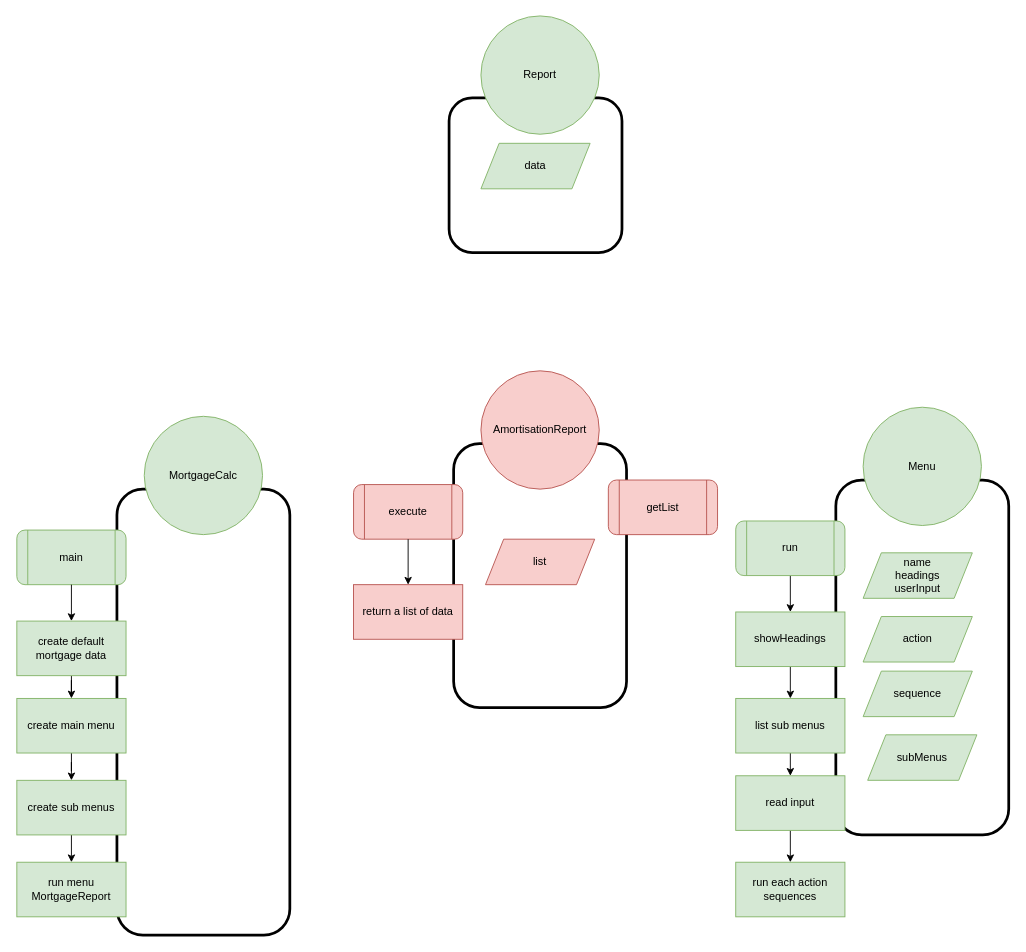
Above: DesignDocs/main_program.drawio in accusard/MortgageCalc (draw.io), before the change. Source tidied: cells renumbered, new cells numbered last; positions are measured from the earlier drawing's top-left corner, leaving out a move shared by most shapes. Both pictures are drawn from the tidied source at 91%, with x=0, y=0 at pixel (16, 15).
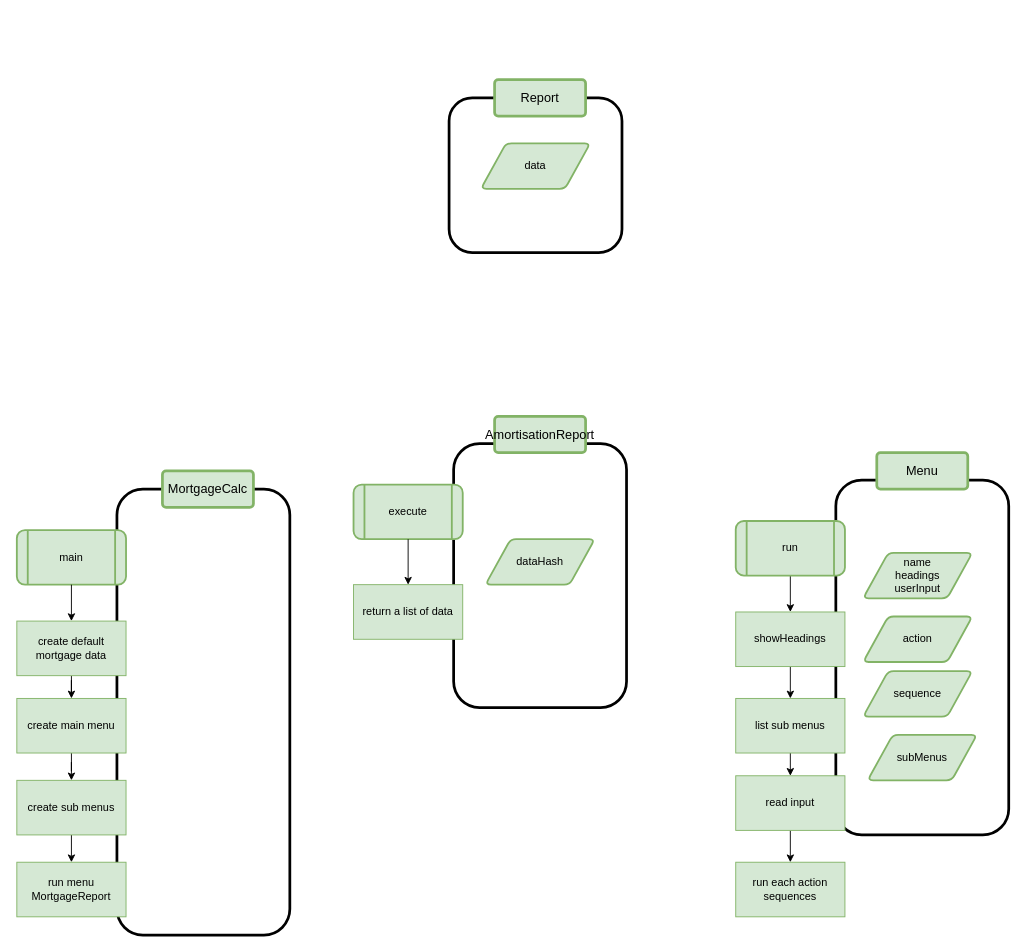
After the change.

Commit message:
update design diagram

Diff of the diagram source:
```diff
@@
-    <mxCell id="5" value="main" style="shape=process;whiteSpace=wrap;html=1;backgroundOutline=1;fillColor=#d5e8d4;strokeColor=#82b366;rounded=1;fontFamily=SF Mono;" parent="1" vertex="1">
+    <mxCell id="5" value="main" style="shape=process;whiteSpace=wrap;html=1;backgroundOutline=1;fillColor=#d5e8d4;strokeColor=#82b366;rounded=1;fontFamily=SF Mono;strokeWidth=2;" parent="1" vertex="1">
       <mxGeometry y="565" width="120" height="60" as="geometry" />
     </mxCell>
@@
-    <mxCell id="7" value="MortgageCalc" style="ellipse;whiteSpace=wrap;html=1;fillColor=#d5e8d4;strokeColor=#82b366;rounded=1;fontFamily=SF Mono;" parent="1" vertex="1">
-      <mxGeometry x="140" y="440" width="130" height="130" as="geometry" />
-    </mxCell>
@@
-    <mxCell id="14" value="run" style="shape=process;whiteSpace=wrap;html=1;backgroundOutline=1;fillColor=#d5e8d4;strokeColor=#82b366;rounded=1;fontFamily=SF Mono;" parent="1" vertex="1">
+    <mxCell id="14" value="run" style="shape=process;whiteSpace=wrap;html=1;backgroundOutline=1;fillColor=#d5e8d4;strokeColor=#82b366;rounded=1;fontFamily=SF Mono;strokeWidth=2;" parent="1" vertex="1">
       <mxGeometry x="790" y="555" width="120" height="60" as="geometry" />
     </mxCell>
-    <mxCell id="15" value="Menu" style="ellipse;whiteSpace=wrap;html=1;fillColor=#d5e8d4;strokeColor=#82b366;rounded=1;fontFamily=SF Mono;" parent="1" vertex="1">
-      <mxGeometry x="930" y="430" width="130" height="130" as="geometry" />
-    </mxCell>
-    <mxCell id="16" value="name&lt;br&gt;headings&lt;br&gt;userInput" style="shape=parallelogram;perimeter=parallelogramPerimeter;whiteSpace=wrap;html=1;fixedSize=1;fillColor=#d5e8d4;strokeColor=#82b366;fontFamily=SF Mono;" parent="1" vertex="1">
+    <mxCell id="16" value="name&lt;br&gt;headings&lt;br&gt;userInput" style="shape=parallelogram;html=1;strokeWidth=2;perimeter=parallelogramPerimeter;whiteSpace=wrap;rounded=1;arcSize=12;size=0.23;fontFamily=SF Mono;fillColor=#d5e8d4;strokeColor=#82b366;" parent="1" vertex="1">
       <mxGeometry x="930" y="590" width="120" height="50" as="geometry" />
     </mxCell>
-    <mxCell id="17" value="action" style="shape=parallelogram;perimeter=parallelogramPerimeter;whiteSpace=wrap;html=1;fixedSize=1;fillColor=#d5e8d4;strokeColor=#82b366;fontFamily=SF Mono;" parent="1" vertex="1">
+    <mxCell id="17" value="action" style="shape=parallelogram;html=1;strokeWidth=2;perimeter=parallelogramPerimeter;whiteSpace=wrap;rounded=1;arcSize=12;size=0.23;fontFamily=SF Mono;fillColor=#d5e8d4;strokeColor=#82b366;" parent="1" vertex="1">
       <mxGeometry x="930" y="660" width="120" height="50" as="geometry" />
     </mxCell>
-    <mxCell id="18" value="sequence" style="shape=parallelogram;perimeter=parallelogramPerimeter;whiteSpace=wrap;html=1;fixedSize=1;fillColor=#d5e8d4;strokeColor=#82b366;fontFamily=SF Mono;" parent="1" vertex="1">
+    <mxCell id="18" value="sequence" style="shape=parallelogram;html=1;strokeWidth=2;perimeter=parallelogramPerimeter;whiteSpace=wrap;rounded=1;arcSize=12;size=0.23;fontFamily=SF Mono;fillColor=#d5e8d4;strokeColor=#82b366;" parent="1" vertex="1">
       <mxGeometry x="930" y="720" width="120" height="50" as="geometry" />
     </mxCell>
-    <mxCell id="19" value="subMenus" style="shape=parallelogram;perimeter=parallelogramPerimeter;whiteSpace=wrap;html=1;fixedSize=1;fillColor=#d5e8d4;strokeColor=#82b366;fontFamily=SF Mono;" parent="1" vertex="1">
+    <mxCell id="19" value="subMenus" style="shape=parallelogram;html=1;strokeWidth=2;perimeter=parallelogramPerimeter;whiteSpace=wrap;rounded=1;arcSize=12;size=0.23;fontFamily=SF Mono;fillColor=#d5e8d4;strokeColor=#82b366;" parent="1" vertex="1">
       <mxGeometry x="935" y="790" width="120" height="50" as="geometry" />
     </mxCell>
@@
-    <mxCell id="29" value="AmortisationReport" style="ellipse;whiteSpace=wrap;html=1;fillColor=#f8cecc;strokeColor=#b85450;rounded=1;fontFamily=SF Mono;" parent="1" vertex="1">
-      <mxGeometry x="510" y="390" width="130" height="130" as="geometry" />
-    </mxCell>
-    <mxCell id="30" value="execute" style="shape=process;whiteSpace=wrap;html=1;backgroundOutline=1;fillColor=#f8cecc;strokeColor=#b85450;rounded=1;fontFamily=SF Mono;" parent="1" vertex="1">
+    <mxCell id="30" value="execute" style="shape=process;whiteSpace=wrap;html=1;backgroundOutline=1;fillColor=#d5e8d4;strokeColor=#82b366;rounded=1;fontFamily=SF Mono;strokeWidth=2;" parent="1" vertex="1">
       <mxGeometry x="370" y="515" width="120" height="60" as="geometry" />
     </mxCell>
@@
-    <mxCell id="32" value="return a list of data" style="rounded=0;whiteSpace=wrap;html=1;fillColor=#f8cecc;strokeColor=#b85450;fontFamily=SF Mono;" parent="1" vertex="1">
+    <mxCell id="32" value="return a list of data" style="rounded=0;whiteSpace=wrap;html=1;fillColor=#d5e8d4;strokeColor=#82b366;fontFamily=SF Mono;" parent="1" vertex="1">
       <mxGeometry x="370" y="625" width="120" height="60" as="geometry" />
     </mxCell>
@@
-    <mxCell id="34" value="Report" style="ellipse;whiteSpace=wrap;html=1;fillColor=#d5e8d4;strokeColor=#82b366;rounded=1;fontFamily=SF Mono;" parent="1" vertex="1">
-      <mxGeometry x="510" width="130" height="130" as="geometry" />
-    </mxCell>
-    <mxCell id="35" value="data" style="shape=parallelogram;perimeter=parallelogramPerimeter;whiteSpace=wrap;html=1;fixedSize=1;fillColor=#d5e8d4;strokeColor=#82b366;fontFamily=SF Mono;" parent="1" vertex="1">
+    <mxCell id="35" value="data" style="shape=parallelogram;html=1;strokeWidth=2;perimeter=parallelogramPerimeter;whiteSpace=wrap;rounded=1;arcSize=12;size=0.23;fontFamily=SF Mono;fillColor=#d5e8d4;strokeColor=#82b366;" parent="1" vertex="1">
       <mxGeometry x="510" y="140" width="120" height="50" as="geometry" />
     </mxCell>
-    <mxCell id="36" value="list" style="shape=parallelogram;perimeter=parallelogramPerimeter;whiteSpace=wrap;html=1;fixedSize=1;fillColor=#f8cecc;strokeColor=#b85450;fontFamily=SF Mono;" parent="1" vertex="1">
+    <mxCell id="36" value="dataHash" style="shape=parallelogram;html=1;strokeWidth=2;perimeter=parallelogramPerimeter;whiteSpace=wrap;rounded=1;arcSize=12;size=0.23;fontFamily=SF Mono;fillColor=#d5e8d4;strokeColor=#82b366;" parent="1" vertex="1">
       <mxGeometry x="515" y="575" width="120" height="50" as="geometry" />
     </mxCell>
-    <mxCell id="37" value="getList" style="shape=process;whiteSpace=wrap;html=1;backgroundOutline=1;fillColor=#f8cecc;strokeColor=#b85450;rounded=1;fontFamily=SF Mono;" parent="1" vertex="1">
-      <mxGeometry x="650" y="510" width="120" height="60" as="geometry" />
-    </mxCell>
+    <mxCell id="7" value="&lt;font style=&quot;font-size: 14px&quot;&gt;MortgageCalc&lt;/font&gt;" style="rounded=1;arcSize=10;whiteSpace=wrap;html=1;align=center;fillColor=#d5e8d4;strokeColor=#82b366;fontFamily=SF Mono;strokeWidth=3;" parent="1" vertex="1">
+      <mxGeometry x="160" y="500" width="100" height="40" as="geometry" />
+    </mxCell>
+    <mxCell id="29" value="&lt;font style=&quot;font-size: 14px&quot;&gt;AmortisationReport&lt;/font&gt;" style="rounded=1;arcSize=10;whiteSpace=wrap;html=1;align=center;fillColor=#d5e8d4;strokeColor=#82b366;fontFamily=SF Mono;strokeWidth=3;" parent="1" vertex="1">
+      <mxGeometry x="525" y="440" width="100" height="40" as="geometry" />
+    </mxCell>
+    <mxCell id="15" value="&lt;font style=&quot;font-size: 14px&quot;&gt;Menu&lt;/font&gt;" style="rounded=1;arcSize=10;whiteSpace=wrap;html=1;align=center;fillColor=#d5e8d4;strokeColor=#82b366;fontFamily=SF Mono;strokeWidth=3;" parent="1" vertex="1">
+      <mxGeometry x="945" y="480" width="100" height="40" as="geometry" />
+    </mxCell>
+    <mxCell id="34" value="&lt;font style=&quot;font-size: 14px&quot;&gt;Report&lt;/font&gt;" style="rounded=1;arcSize=10;whiteSpace=wrap;html=1;align=center;fillColor=#d5e8d4;strokeColor=#82b366;fontFamily=SF Mono;strokeWidth=3;" parent="1" vertex="1">
+      <mxGeometry x="525" y="70" width="100" height="40" as="geometry" />
+    </mxCell>
```
